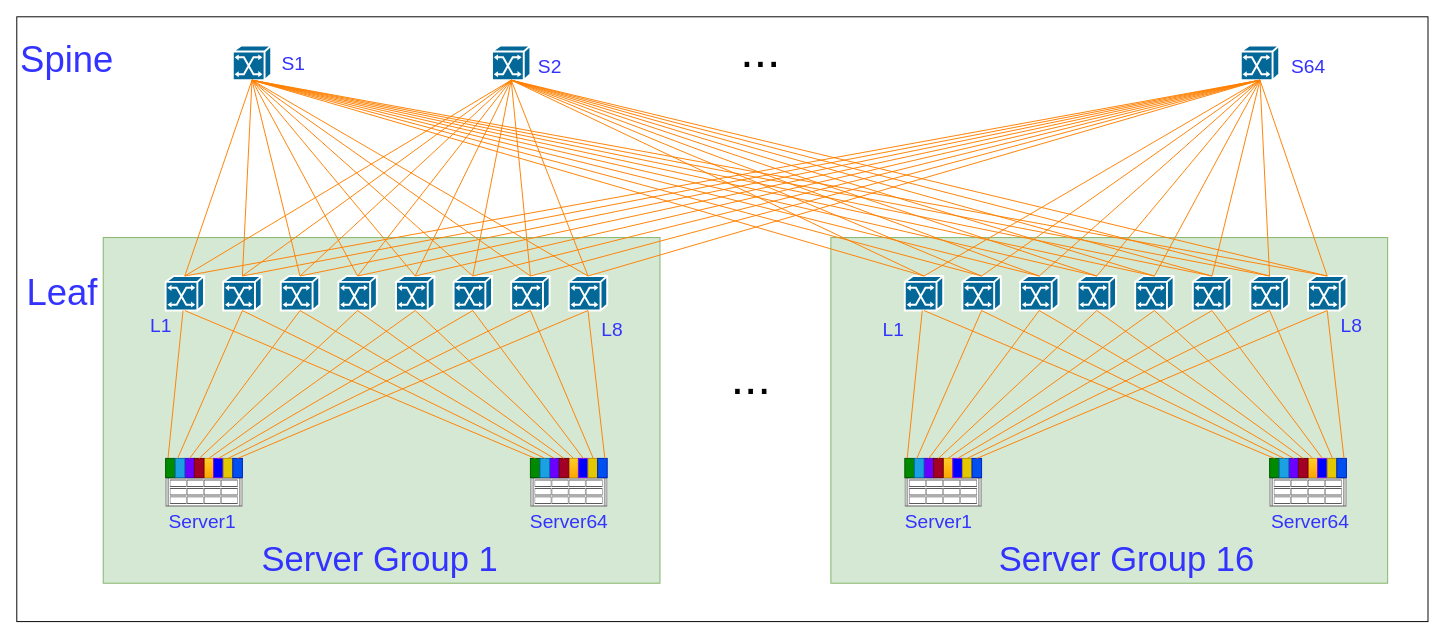
hel-2000/network-draw keeps this draw.io diagram as 8192卡--1024台机器集群拓扑 的副本.drawio. Above is the earlier version. Source tidied: cells renumbered, new cells numbered last; positions are measured from the earlier drawing's top-left corner, leaving out a move shared by most shapes. Both pictures are drawn from the tidied source at 96%, with x=0, y=0 at pixel (16, 16).
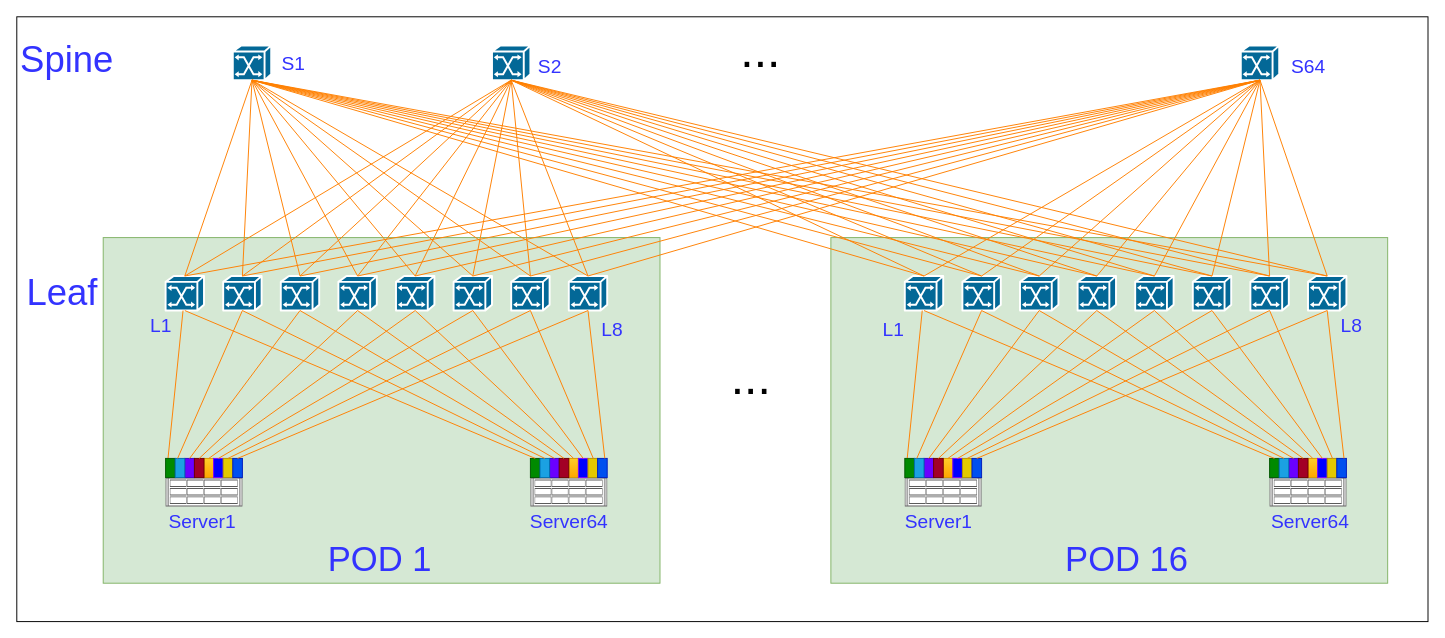
The same diagram, later.

Commit message:
更新8192卡--1024台机器集群拓扑.drawio

Diff of the diagram source:
```diff
@@
-    <mxCell id="147" value="&lt;font style=&quot;font-size: 36px;&quot; color=&quot;#3333ff&quot;&gt;Server Group 1&lt;/font&gt;" style="text;strokeColor=none;align=center;fillColor=none;html=1;verticalAlign=middle;whiteSpace=wrap;rounded=0;" parent="1" vertex="1">
+    <mxCell id="147" value="&lt;font style=&quot;font-size: 36px;&quot; color=&quot;#3333ff&quot;&gt;POD 1&lt;/font&gt;" style="text;strokeColor=none;align=center;fillColor=none;html=1;verticalAlign=middle;whiteSpace=wrap;rounded=0;" parent="1" vertex="1">
       <mxGeometry x="245.5" y="550" width="265" height="30" as="geometry" />
     </mxCell>
-    <mxCell id="148" value="&lt;font style=&quot;font-size: 36px;&quot; color=&quot;#3333ff&quot;&gt;Server Group 16&lt;/font&gt;" style="text;strokeColor=none;align=center;fillColor=none;html=1;verticalAlign=middle;whiteSpace=wrap;rounded=0;" parent="1" vertex="1">
+    <mxCell id="148" value="&lt;font style=&quot;font-size: 36px;&quot; color=&quot;#3333ff&quot;&gt;POD 16&lt;/font&gt;" style="text;strokeColor=none;align=center;fillColor=none;html=1;verticalAlign=middle;whiteSpace=wrap;rounded=0;" parent="1" vertex="1">
       <mxGeometry x="998" y="550" width="317" height="30" as="geometry" />
     </mxCell>
```
